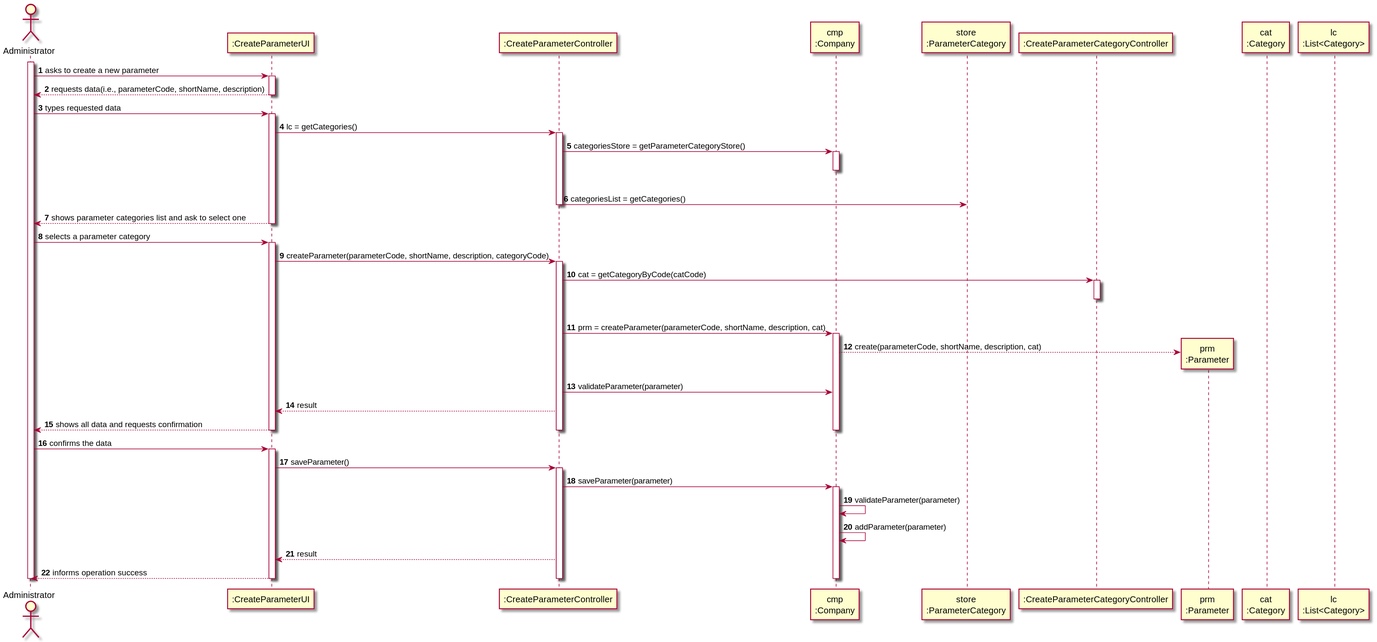
ana-albergaria/LAPR2-ISEP keeps this PlantUML diagram as docs/SprintB/US_10/US010_SD.svg. Above is the earlier version.
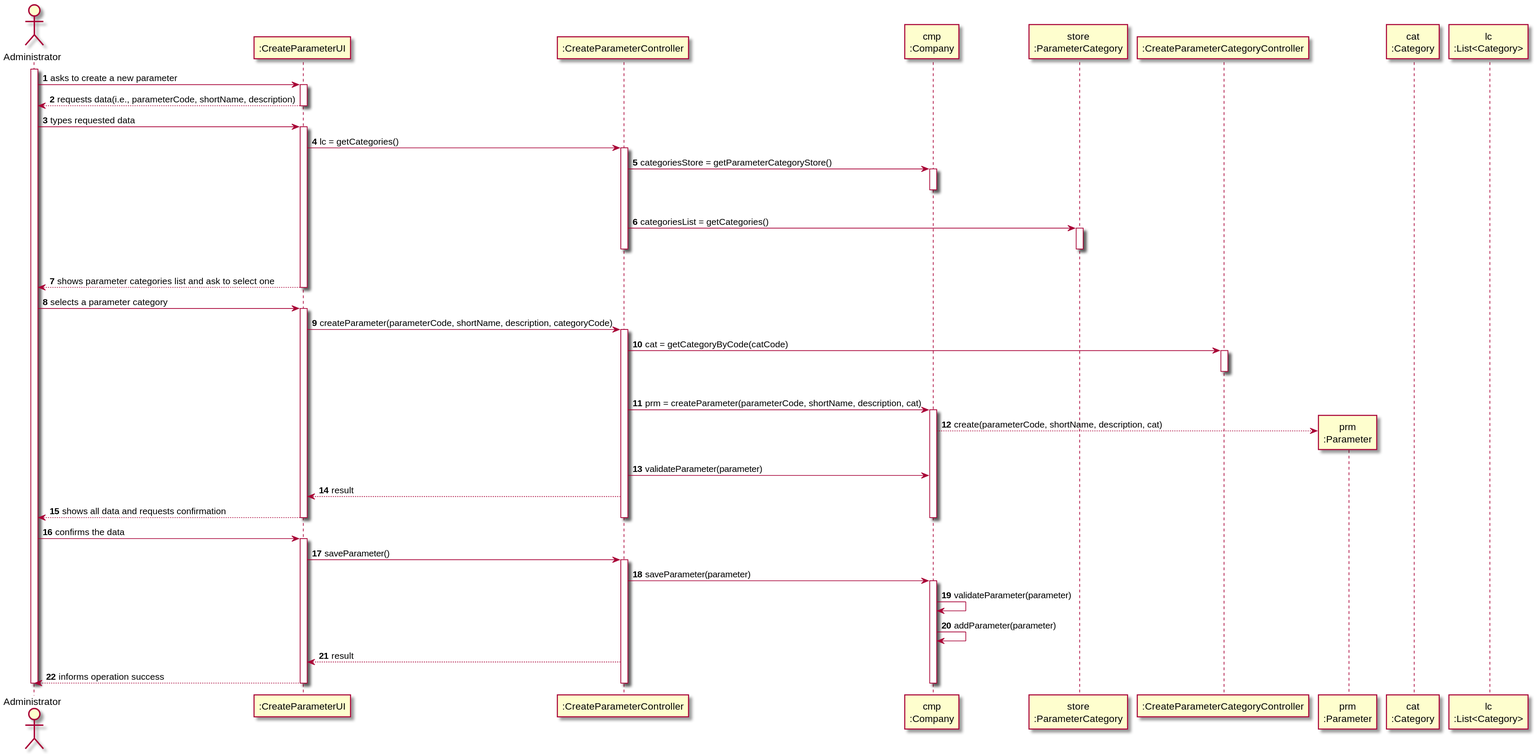
Above is the later version.

The edit, as a diff of the source:
```diff
@@ -28,6 +28,9 @@
 |||
 deactivate CMP
 CTRL -> store : categoriesList = getCategories()
+activate store
+|||
+deactivate store
 deactivate CTRL
 
 UI --> ADM : shows parameter categories list and ask to select one
```
